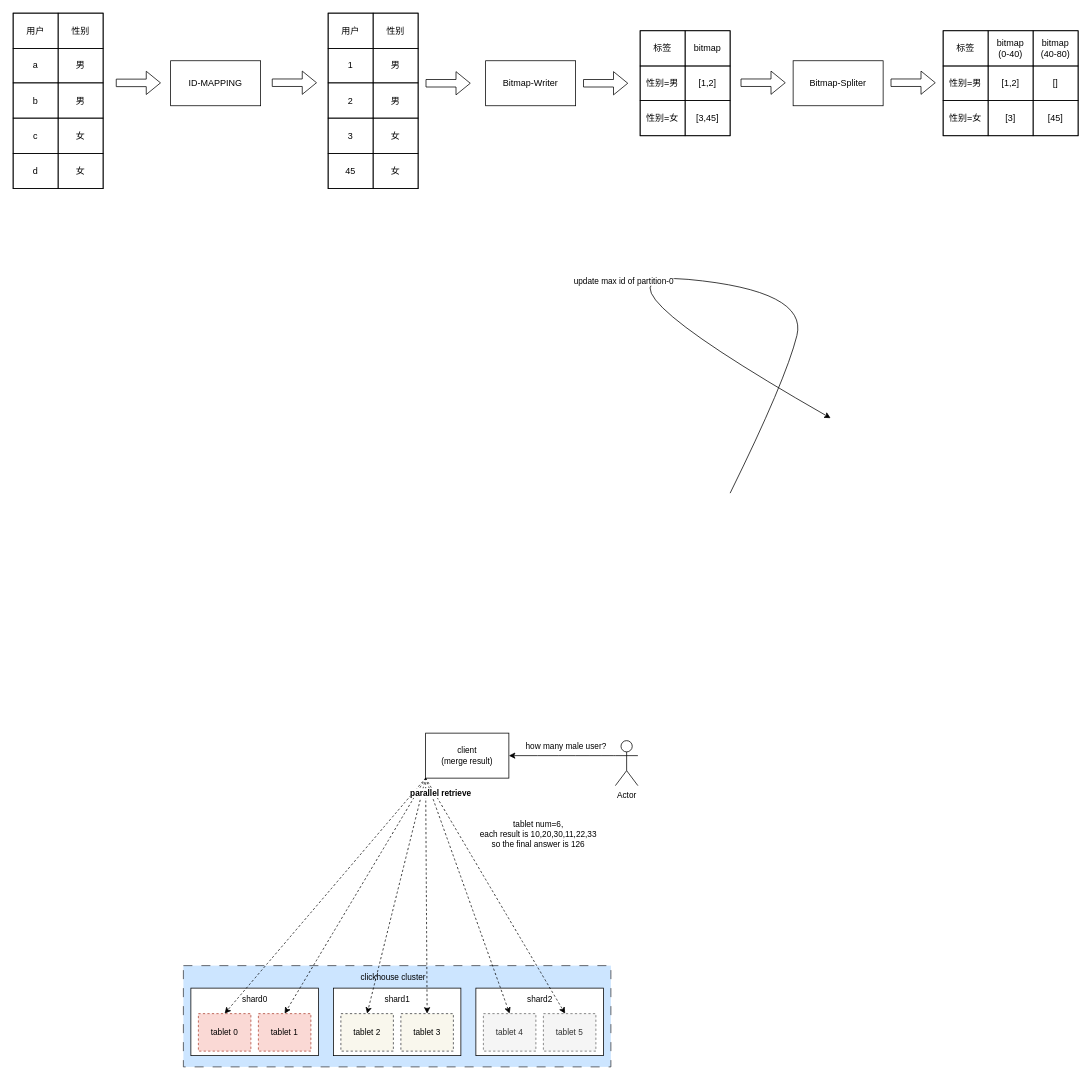
Above: parallel_reader_for_bitmap.drawio in learn2Pro/draw_io_save (draw.io), before the change. Source tidied: cells renumbered, new cells numbered last; positions are measured from the earlier drawing's top-left corner, leaving out a move shared by most shapes. Both pictures are drawn from the tidied source at 75%, with x=0, y=0 at pixel (13, 13).
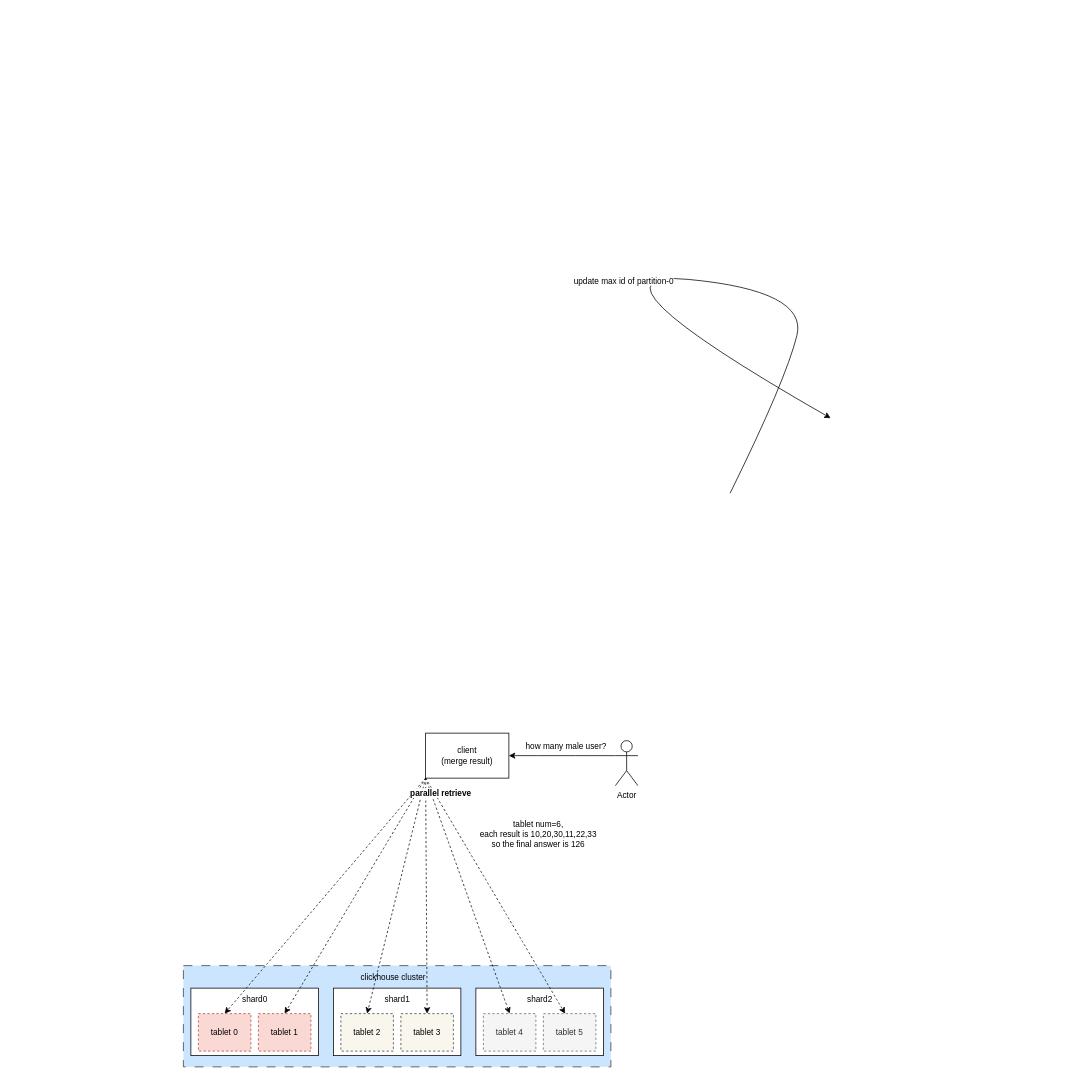
The same page after the edit.

What changed in the source:
```diff
@@
-    <mxCell id="31" style="childLayout=tableLayout;shadow=0;fillColor=none;" parent="1" vertex="1">
-      <mxGeometry width="120" height="234" as="geometry" />
-    </mxCell>
-    <mxCell id="32" style="shape=tableRow;horizontal=0;startSize=0;swimlaneHead=0;swimlaneBody=0;top=0;left=0;bottom=0;right=0;fontStyle=0;fillColor=none;strokeColor=inherit;" parent="31" vertex="1">
-      <mxGeometry width="120" height="47" as="geometry" />
-    </mxCell>
-    <mxCell id="33" value="用户" style="strokeColor=inherit;fillColor=none;align=center;whiteSpace=wrap;html=1;" parent="32" vertex="1">
-      <mxGeometry width="60" height="47" as="geometry" />
-    </mxCell>
-    <mxCell id="34" value="性别" style="strokeColor=inherit;fillColor=none;align=center;whiteSpace=wrap;html=1;" parent="32" vertex="1">
-      <mxGeometry x="60" width="60" height="47" as="geometry" />
-    </mxCell>
-    <mxCell id="35" style="shape=tableRow;horizontal=0;startSize=0;swimlaneHead=0;swimlaneBody=0;top=0;left=0;bottom=0;right=0;fontStyle=0;fillColor=none;strokeColor=inherit;" parent="31" vertex="1">
-      <mxGeometry y="47" width="120" height="46" as="geometry" />
-    </mxCell>
-    <mxCell id="36" value="a" style="strokeColor=inherit;fillColor=none;align=center;whiteSpace=wrap;html=1;" parent="35" vertex="1">
-      <mxGeometry width="60" height="46" as="geometry" />
-    </mxCell>
-    <mxCell id="37" value="男" style="strokeColor=inherit;fillColor=none;align=center;whiteSpace=wrap;html=1;" parent="35" vertex="1">
-      <mxGeometry x="60" width="60" height="46" as="geometry" />
-    </mxCell>
-    <mxCell id="38" style="shape=tableRow;horizontal=0;startSize=0;swimlaneHead=0;swimlaneBody=0;top=0;left=0;bottom=0;right=0;fontStyle=0;fillColor=none;strokeColor=inherit;" parent="31" vertex="1">
-      <mxGeometry y="93" width="120" height="47" as="geometry" />
-    </mxCell>
-    <mxCell id="39" value="b" style="strokeColor=inherit;fillColor=none;align=center;whiteSpace=wrap;html=1;" parent="38" vertex="1">
-      <mxGeometry width="60" height="47" as="geometry" />
-    </mxCell>
-    <mxCell id="40" value="男" style="strokeColor=inherit;fillColor=none;align=center;whiteSpace=wrap;html=1;" parent="38" vertex="1">
-      <mxGeometry x="60" width="60" height="47" as="geometry" />
-    </mxCell>
-    <mxCell id="41" style="shape=tableRow;horizontal=0;startSize=0;swimlaneHead=0;swimlaneBody=0;top=0;left=0;bottom=0;right=0;fontStyle=0;fillColor=none;strokeColor=inherit;" parent="31" vertex="1">
-      <mxGeometry y="140" width="120" height="47" as="geometry" />
-    </mxCell>
-    <mxCell id="42" value="c" style="strokeColor=inherit;fillColor=none;align=center;whiteSpace=wrap;html=1;" parent="41" vertex="1">
-      <mxGeometry width="60" height="47" as="geometry" />
-    </mxCell>
-    <mxCell id="43" value="女" style="strokeColor=inherit;fillColor=none;align=center;whiteSpace=wrap;html=1;" parent="41" vertex="1">
-      <mxGeometry x="60" width="60" height="47" as="geometry" />
-    </mxCell>
-    <mxCell id="44" style="shape=tableRow;horizontal=0;startSize=0;swimlaneHead=0;swimlaneBody=0;top=0;left=0;bottom=0;right=0;fontStyle=0;fillColor=none;strokeColor=inherit;" parent="31" vertex="1">
-      <mxGeometry y="187" width="120" height="47" as="geometry" />
-    </mxCell>
-    <mxCell id="45" value="d" style="strokeColor=inherit;fillColor=none;align=center;whiteSpace=wrap;html=1;" parent="44" vertex="1">
-      <mxGeometry width="60" height="47" as="geometry" />
-    </mxCell>
-    <mxCell id="46" value="女" style="strokeColor=inherit;fillColor=none;align=center;whiteSpace=wrap;html=1;" parent="44" vertex="1">
-      <mxGeometry x="60" width="60" height="47" as="geometry" />
-    </mxCell>
-    <mxCell id="47" style="shape=flexArrow;endArrow=classic;html=1;rounded=0;" parent="1" edge="1">
-      <mxGeometry relative="1" as="geometry">
-        <mxPoint x="137" y="93" as="sourcePoint" />
-        <mxPoint x="197" y="93" as="targetPoint" />
-      </mxGeometry>
-    </mxCell>
-    <mxCell id="48" value="ID-MAPPING" style="rounded=0;whiteSpace=wrap;html=1;" parent="1" vertex="1">
-      <mxGeometry x="210" y="63.5" width="120" height="60" as="geometry" />
-    </mxCell>
-    <mxCell id="49" style="shape=flexArrow;endArrow=classic;html=1;rounded=0;" parent="1" edge="1">
-      <mxGeometry relative="1" as="geometry">
-        <mxPoint x="345" y="92.8" as="sourcePoint" />
-        <mxPoint x="405" y="92.8" as="targetPoint" />
-      </mxGeometry>
-    </mxCell>
-    <mxCell id="50" style="childLayout=tableLayout;shadow=0;fillColor=none;" parent="1" vertex="1">
-      <mxGeometry x="420" width="120" height="234" as="geometry" />
-    </mxCell>
-    <mxCell id="51" style="shape=tableRow;horizontal=0;startSize=0;swimlaneHead=0;swimlaneBody=0;top=0;left=0;bottom=0;right=0;fontStyle=0;fillColor=none;strokeColor=inherit;" parent="50" vertex="1">
-      <mxGeometry width="120" height="47" as="geometry" />
-    </mxCell>
-    <mxCell id="52" value="用户" style="strokeColor=inherit;fillColor=none;align=center;whiteSpace=wrap;html=1;" parent="51" vertex="1">
-      <mxGeometry width="60" height="47" as="geometry" />
-    </mxCell>
-    <mxCell id="53" value="性别" style="strokeColor=inherit;fillColor=none;align=center;whiteSpace=wrap;html=1;" parent="51" vertex="1">
-      <mxGeometry x="60" width="60" height="47" as="geometry" />
-    </mxCell>
-    <mxCell id="54" style="shape=tableRow;horizontal=0;startSize=0;swimlaneHead=0;swimlaneBody=0;top=0;left=0;bottom=0;right=0;fontStyle=0;fillColor=none;strokeColor=inherit;" parent="50" vertex="1">
-      <mxGeometry y="47" width="120" height="46" as="geometry" />
-    </mxCell>
-    <mxCell id="55" value="1" style="strokeColor=inherit;fillColor=none;align=center;whiteSpace=wrap;html=1;" parent="54" vertex="1">
-      <mxGeometry width="60" height="46" as="geometry" />
-    </mxCell>
-    <mxCell id="56" value="男" style="strokeColor=inherit;fillColor=none;align=center;whiteSpace=wrap;html=1;" parent="54" vertex="1">
-      <mxGeometry x="60" width="60" height="46" as="geometry" />
-    </mxCell>
-    <mxCell id="57" style="shape=tableRow;horizontal=0;startSize=0;swimlaneHead=0;swimlaneBody=0;top=0;left=0;bottom=0;right=0;fontStyle=0;fillColor=none;strokeColor=inherit;" parent="50" vertex="1">
-      <mxGeometry y="93" width="120" height="47" as="geometry" />
-    </mxCell>
-    <mxCell id="58" value="2" style="strokeColor=inherit;fillColor=none;align=center;whiteSpace=wrap;html=1;" parent="57" vertex="1">
-      <mxGeometry width="60" height="47" as="geometry" />
-    </mxCell>
-    <mxCell id="59" value="男" style="strokeColor=inherit;fillColor=none;align=center;whiteSpace=wrap;html=1;" parent="57" vertex="1">
-      <mxGeometry x="60" width="60" height="47" as="geometry" />
-    </mxCell>
-    <mxCell id="60" style="shape=tableRow;horizontal=0;startSize=0;swimlaneHead=0;swimlaneBody=0;top=0;left=0;bottom=0;right=0;fontStyle=0;fillColor=none;strokeColor=inherit;" parent="50" vertex="1">
-      <mxGeometry y="140" width="120" height="47" as="geometry" />
-    </mxCell>
-    <mxCell id="61" value="3" style="strokeColor=inherit;fillColor=none;align=center;whiteSpace=wrap;html=1;" parent="60" vertex="1">
-      <mxGeometry width="60" height="47" as="geometry" />
-    </mxCell>
-    <mxCell id="62" value="女" style="strokeColor=inherit;fillColor=none;align=center;whiteSpace=wrap;html=1;" parent="60" vertex="1">
-      <mxGeometry x="60" width="60" height="47" as="geometry" />
-    </mxCell>
-    <mxCell id="63" style="shape=tableRow;horizontal=0;startSize=0;swimlaneHead=0;swimlaneBody=0;top=0;left=0;bottom=0;right=0;fontStyle=0;fillColor=none;strokeColor=inherit;" parent="50" vertex="1">
-      <mxGeometry y="187" width="120" height="47" as="geometry" />
-    </mxCell>
-    <mxCell id="64" value="45" style="strokeColor=inherit;fillColor=none;align=center;whiteSpace=wrap;html=1;" parent="63" vertex="1">
-      <mxGeometry width="60" height="47" as="geometry" />
-    </mxCell>
-    <mxCell id="65" value="女" style="strokeColor=inherit;fillColor=none;align=center;whiteSpace=wrap;html=1;" parent="63" vertex="1">
-      <mxGeometry x="60" width="60" height="47" as="geometry" />
-    </mxCell>
-    <mxCell id="66" value="Bitmap-Writer" style="rounded=0;whiteSpace=wrap;html=1;" parent="1" vertex="1">
-      <mxGeometry x="630" y="63.5" width="120" height="60" as="geometry" />
-    </mxCell>
-    <mxCell id="67" style="shape=flexArrow;endArrow=classic;html=1;rounded=0;" parent="1" edge="1">
-      <mxGeometry relative="1" as="geometry">
-        <mxPoint x="550" y="93.5" as="sourcePoint" />
-        <mxPoint x="610" y="93.5" as="targetPoint" />
-      </mxGeometry>
-    </mxCell>
-    <mxCell id="68" style="childLayout=tableLayout;shadow=0;fillColor=none;" parent="1" vertex="1">
-      <mxGeometry x="836" y="23.5" width="120" height="140" as="geometry" />
-    </mxCell>
-    <mxCell id="69" style="shape=tableRow;horizontal=0;startSize=0;swimlaneHead=0;swimlaneBody=0;top=0;left=0;bottom=0;right=0;fontStyle=0;fillColor=none;strokeColor=inherit;" parent="68" vertex="1">
-      <mxGeometry width="120" height="47" as="geometry" />
-    </mxCell>
-    <mxCell id="70" value="标签" style="strokeColor=inherit;fillColor=none;align=center;whiteSpace=wrap;html=1;" parent="69" vertex="1">
-      <mxGeometry width="60" height="47" as="geometry" />
-    </mxCell>
-    <mxCell id="71" value="bitmap" style="strokeColor=inherit;fillColor=none;align=center;whiteSpace=wrap;html=1;" parent="69" vertex="1">
-      <mxGeometry x="60" width="60" height="47" as="geometry" />
-    </mxCell>
-    <mxCell id="72" style="shape=tableRow;horizontal=0;startSize=0;swimlaneHead=0;swimlaneBody=0;top=0;left=0;bottom=0;right=0;fontStyle=0;fillColor=none;strokeColor=inherit;" parent="68" vertex="1">
-      <mxGeometry y="47" width="120" height="46" as="geometry" />
-    </mxCell>
-    <mxCell id="73" value="性别=男" style="strokeColor=inherit;fillColor=none;align=center;whiteSpace=wrap;html=1;" parent="72" vertex="1">
-      <mxGeometry width="60" height="46" as="geometry" />
-    </mxCell>
-    <mxCell id="74" value="[1,2]" style="strokeColor=inherit;fillColor=none;align=center;whiteSpace=wrap;html=1;" parent="72" vertex="1">
-      <mxGeometry x="60" width="60" height="46" as="geometry" />
-    </mxCell>
-    <mxCell id="75" style="shape=tableRow;horizontal=0;startSize=0;swimlaneHead=0;swimlaneBody=0;top=0;left=0;bottom=0;right=0;fontStyle=0;fillColor=none;strokeColor=inherit;" parent="68" vertex="1">
-      <mxGeometry y="93" width="120" height="47" as="geometry" />
-    </mxCell>
-    <mxCell id="76" value="性别=女" style="strokeColor=inherit;fillColor=none;align=center;whiteSpace=wrap;html=1;" parent="75" vertex="1">
-      <mxGeometry width="60" height="47" as="geometry" />
-    </mxCell>
-    <mxCell id="77" value="[3,45]" style="strokeColor=inherit;fillColor=none;align=center;whiteSpace=wrap;html=1;" parent="75" vertex="1">
-      <mxGeometry x="60" width="60" height="47" as="geometry" />
-    </mxCell>
-    <mxCell id="78" style="shape=flexArrow;endArrow=classic;html=1;rounded=0;" parent="1" edge="1">
-      <mxGeometry relative="1" as="geometry">
-        <mxPoint x="760" y="93.5" as="sourcePoint" />
-        <mxPoint x="820" y="93.5" as="targetPoint" />
-      </mxGeometry>
-    </mxCell>
-    <mxCell id="79" style="shape=flexArrow;endArrow=classic;html=1;rounded=0;" parent="1" edge="1">
-      <mxGeometry relative="1" as="geometry">
-        <mxPoint x="970" y="92.8" as="sourcePoint" />
-        <mxPoint x="1030" y="92.8" as="targetPoint" />
-      </mxGeometry>
-    </mxCell>
-    <mxCell id="80" value="Bitmap-Spliter" style="rounded=0;whiteSpace=wrap;html=1;" parent="1" vertex="1">
-      <mxGeometry x="1040" y="63.5" width="120" height="60" as="geometry" />
-    </mxCell>
-    <mxCell id="81" style="childLayout=tableLayout;shadow=0;fillColor=none;" parent="1" vertex="1">
-      <mxGeometry x="1240" y="23.5" width="180" height="140" as="geometry" />
-    </mxCell>
-    <mxCell id="82" style="shape=tableRow;horizontal=0;startSize=0;swimlaneHead=0;swimlaneBody=0;top=0;left=0;bottom=0;right=0;fontStyle=0;fillColor=none;strokeColor=inherit;" parent="81" vertex="1">
-      <mxGeometry width="180" height="47" as="geometry" />
-    </mxCell>
-    <mxCell id="83" value="标签" style="strokeColor=inherit;fillColor=none;align=center;whiteSpace=wrap;html=1;" parent="82" vertex="1">
-      <mxGeometry width="60" height="47" as="geometry" />
-    </mxCell>
-    <mxCell id="84" value="bitmap&lt;br&gt;(0-40)" style="strokeColor=inherit;fillColor=none;align=center;whiteSpace=wrap;html=1;" parent="82" vertex="1">
-      <mxGeometry x="60" width="60" height="47" as="geometry" />
-    </mxCell>
-    <mxCell id="85" value="bitmap&lt;br&gt;(40-80)" style="strokeColor=inherit;fillColor=none;align=center;whiteSpace=wrap;html=1;" parent="82" vertex="1">
-      <mxGeometry x="120" width="60" height="47" as="geometry" />
-    </mxCell>
-    <mxCell id="86" style="shape=tableRow;horizontal=0;startSize=0;swimlaneHead=0;swimlaneBody=0;top=0;left=0;bottom=0;right=0;fontStyle=0;fillColor=none;strokeColor=inherit;" parent="81" vertex="1">
-      <mxGeometry y="47" width="180" height="46" as="geometry" />
-    </mxCell>
-    <mxCell id="87" value="性别=男" style="strokeColor=inherit;fillColor=none;align=center;whiteSpace=wrap;html=1;" parent="86" vertex="1">
-      <mxGeometry width="60" height="46" as="geometry" />
-    </mxCell>
-    <mxCell id="88" value="[1,2]" style="strokeColor=inherit;fillColor=none;align=center;whiteSpace=wrap;html=1;" parent="86" vertex="1">
-      <mxGeometry x="60" width="60" height="46" as="geometry" />
-    </mxCell>
-    <mxCell id="89" value="[]" style="strokeColor=inherit;fillColor=none;align=center;whiteSpace=wrap;html=1;" parent="86" vertex="1">
-      <mxGeometry x="120" width="60" height="46" as="geometry" />
-    </mxCell>
-    <mxCell id="90" style="shape=tableRow;horizontal=0;startSize=0;swimlaneHead=0;swimlaneBody=0;top=0;left=0;bottom=0;right=0;fontStyle=0;fillColor=none;strokeColor=inherit;" parent="81" vertex="1">
-      <mxGeometry y="93" width="180" height="47" as="geometry" />
-    </mxCell>
-    <mxCell id="91" value="性别=女" style="strokeColor=inherit;fillColor=none;align=center;whiteSpace=wrap;html=1;" parent="90" vertex="1">
-      <mxGeometry width="60" height="47" as="geometry" />
-    </mxCell>
-    <mxCell id="92" value="[3]" style="strokeColor=inherit;fillColor=none;align=center;whiteSpace=wrap;html=1;" parent="90" vertex="1">
-      <mxGeometry x="60" width="60" height="47" as="geometry" />
-    </mxCell>
-    <mxCell id="93" value="[45]" style="strokeColor=inherit;fillColor=none;align=center;whiteSpace=wrap;html=1;" parent="90" vertex="1">
-      <mxGeometry x="120" width="60" height="47" as="geometry" />
-    </mxCell>
-    <mxCell id="94" style="shape=flexArrow;endArrow=classic;html=1;rounded=0;" parent="1" edge="1">
-      <mxGeometry relative="1" as="geometry">
-        <mxPoint x="1170" y="92.8" as="sourcePoint" />
-        <mxPoint x="1230" y="92.8" as="targetPoint" />
-      </mxGeometry>
-    </mxCell>
```
